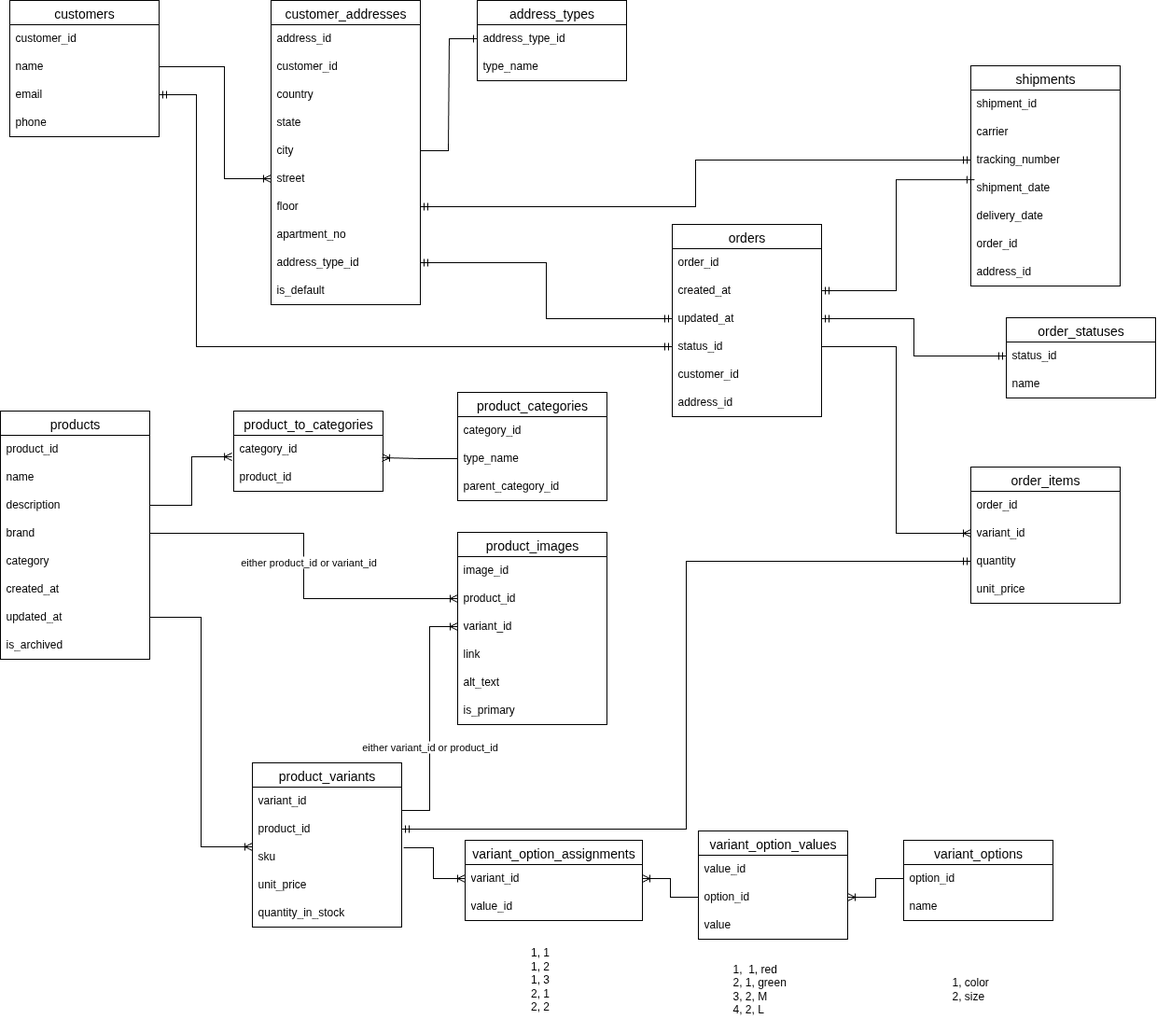
Earlier version of the draw.io export diagrams/my-store-db.drawio.png (venelinpetrov/db-my-store). Source tidied: cells renumbered, new cells last; positions are measured from the earlier drawing's top-left corner, leaving out a move shared by most shapes.
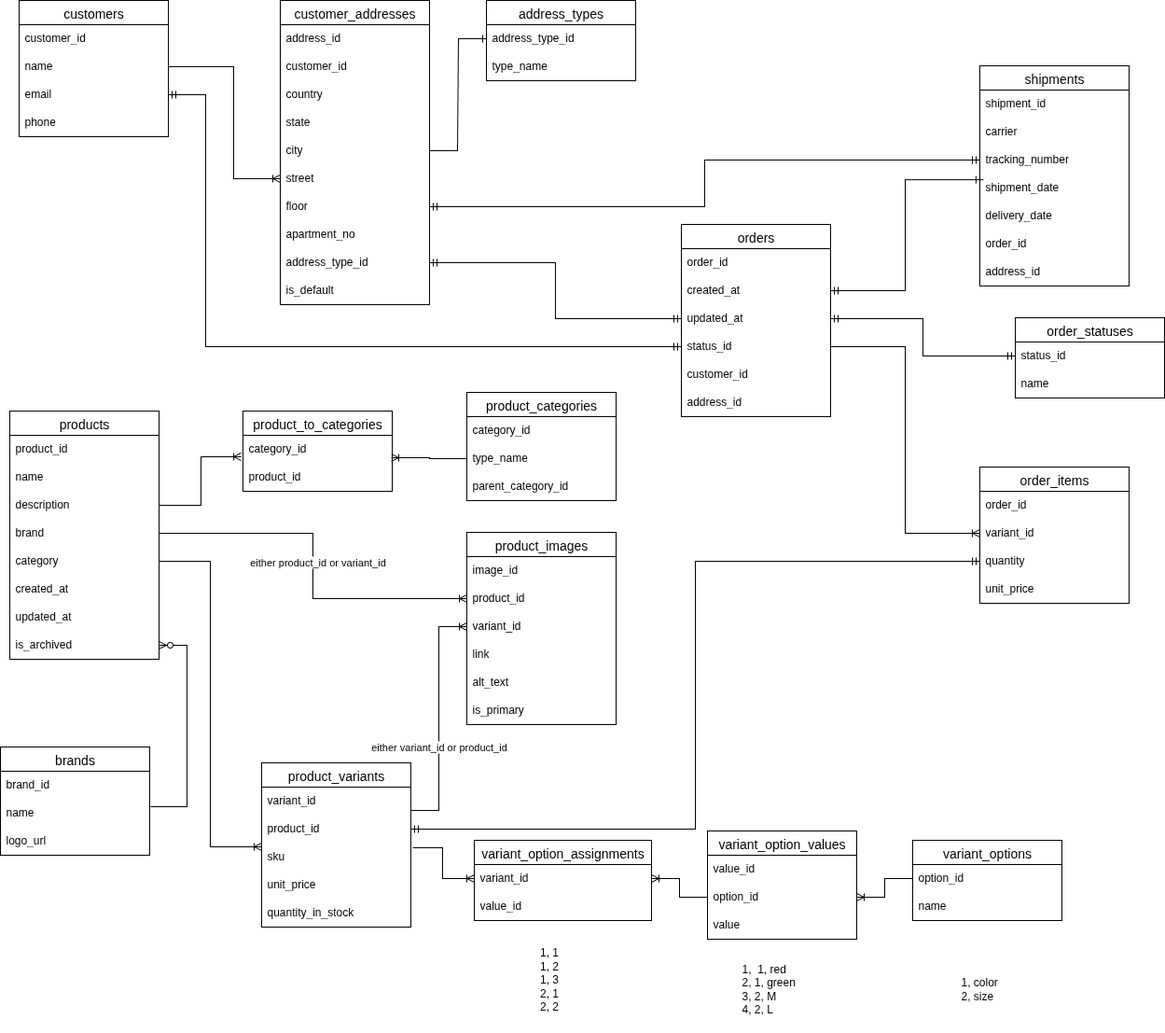
After the commit.

Commit message:
Add brands table

Change to the diagram source:
```diff
@@ -156,7 +156,7 @@
     <mxCell id="50" value="quantity_in_stock" style="text;strokeColor=none;fillColor=none;spacingLeft=4;spacingRight=4;overflow=hidden;fontSize=12;whiteSpace=wrap;html=1;" parent="45" vertex="1">
       <mxGeometry y="146" width="160" height="30" as="geometry" />
     </mxCell>
-    <mxCell id="51" style="edgeStyle=orthogonalEdgeStyle;fontSize=12;html=1;endArrow=ERoneToMany;rounded=0;exitX=1;exitY=0.5;exitDx=0;exitDy=0;entryX=0;entryY=1.133;entryDx=0;entryDy=0;entryPerimeter=0;" parent="1" edge="1" source="30" target="47">
+    <mxCell id="51" style="edgeStyle=orthogonalEdgeStyle;fontSize=12;html=1;endArrow=ERoneToMany;rounded=0;exitX=1;exitY=0.5;exitDx=0;exitDy=0;entryX=0;entryY=1.133;entryDx=0;entryDy=0;entryPerimeter=0;" parent="1" edge="1" source="28" target="47">
       <mxGeometry relative="1" as="geometry" />
     </mxCell>
     <mxCell id="52" value="variant_options" style="swimlane;fontStyle=0;horizontal=1;startSize=26;align=center;fontSize=14;" parent="1" vertex="1">
@@ -329,5 +329,27 @@
         </Array>
       </mxGeometry>
     </mxCell>
+    <mxCell id="105" value="brands" style="swimlane;fontStyle=0;horizontal=1;startSize=26;align=center;fontSize=14;" parent="1" vertex="1">
+      <mxGeometry x="-10" y="800" width="160" height="116" as="geometry" />
+    </mxCell>
+    <mxCell id="106" value="brand_id" style="text;strokeColor=none;fillColor=none;spacingLeft=4;spacingRight=4;overflow=hidden;fontSize=12;whiteSpace=wrap;html=1;" parent="105" vertex="1">
+      <mxGeometry y="26" width="160" height="30" as="geometry" />
+    </mxCell>
+    <mxCell id="107" value="name" style="text;strokeColor=none;fillColor=none;spacingLeft=4;spacingRight=4;overflow=hidden;points=[[0,0.5],[1,0.5]];portConstraint=eastwest;fontSize=12;whiteSpace=wrap;html=1;" parent="105" vertex="1">
+      <mxGeometry y="56" width="160" height="30" as="geometry" />
+    </mxCell>
+    <mxCell id="108" value="logo_url" style="text;strokeColor=none;fillColor=none;spacingLeft=4;spacingRight=4;overflow=hidden;fontSize=12;whiteSpace=wrap;html=1;" parent="105" vertex="1">
+      <mxGeometry y="86" width="160" height="30" as="geometry" />
+    </mxCell>
+    <mxCell id="109" style="edgeStyle=entityRelationEdgeStyle;fontSize=12;html=1;endArrow=ERzeroToMany;endFill=1;rounded=0;exitX=1.006;exitY=0.267;exitDx=0;exitDy=0;exitPerimeter=0;" parent="1" edge="1" source="107" target="31">
+      <mxGeometry relative="1" as="geometry">
+        <Array as="points">
+          <mxPoint x="170" y="690" />
+          <mxPoint x="190" y="690" />
+          <mxPoint x="160" y="780" />
+          <mxPoint x="300" y="700" />
+        </Array>
+      </mxGeometry>
+    </mxCell>
   </root>
 </mxGraphModel>
```
